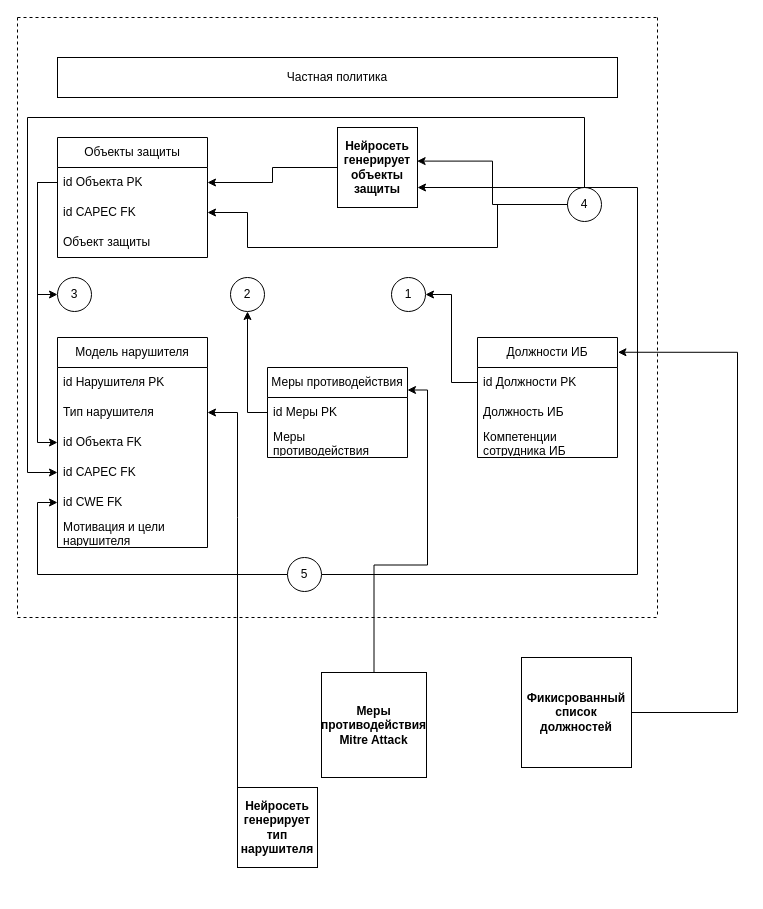
SmirnovBogdan8/Diplom keeps this draw.io diagram as Частная политика.drawio. Above is the earlier version. Source tidied: cells renumbered, new cells numbered last; positions are measured from the earlier drawing's top-left corner, leaving out a move shared by most shapes. Both pictures are drawn from the tidied source at 100%, with x=0, y=0 at pixel (17, 17).
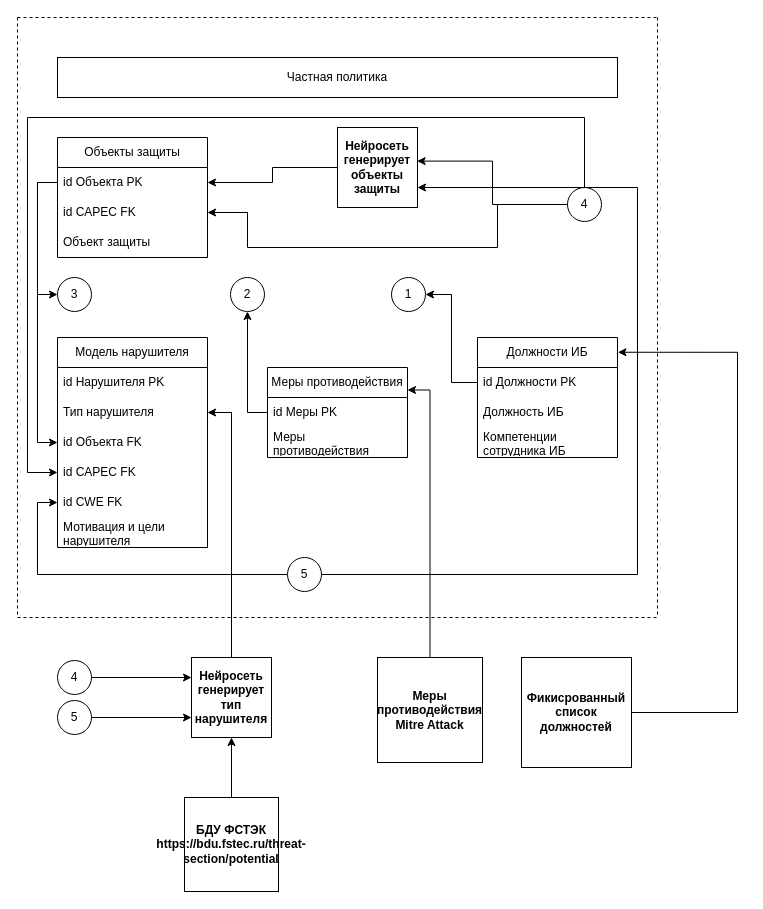
The same diagram, later.

Commit message:
правки по Политике

Unchanged cells that the change refers to:
```xml
<mxCell id="8" value="Тип нарушителя" style="text;strokeColor=none;fillColor=none;align=left;verticalAlign=middle;spacingLeft=4;spacingRight=4;overflow=hidden;points=[[0,0.5],[1,0.5]];portConstraint=eastwest;whiteSpace=wrap;html=1;" parent="6" vertex="1">
  <mxGeometry y="60" width="150" height="30" as="geometry" />
</mxCell>
```

Change to the diagram source:
```diff
@@
-    <mxCell id="41" style="edgeStyle=orthogonalEdgeStyle;rounded=0;jettySize=auto;html=1;exitX=0;exitY=0.5;exitDx=0;exitDy=0;entryX=1;entryY=0.5;entryDx=0;entryDy=0;" parent="1" edge="1" source="42" target="8">
-      <mxGeometry relative="1" as="geometry">
-        <Array as="points">
-          <mxPoint x="220" y="500" />
-          <mxPoint x="220" y="395" />
-        </Array>
-      </mxGeometry>
-    </mxCell>
+    <mxCell id="47" style="edgeStyle=orthogonalEdgeStyle;rounded=0;jettySize=auto;html=1;" parent="1" edge="1" source="42" target="49">
+      <mxGeometry relative="1" as="geometry" />
+    </mxCell>
-    <mxCell id="42" value="&lt;b&gt;Нейросеть генерирует тип нарушителя&lt;/b&gt;" style="whiteSpace=wrap;html=1;" parent="1" vertex="1">
-      <mxGeometry x="220" y="770" width="80" height="80" as="geometry" />
+    <mxCell id="42" value="&lt;b&gt;БДУ ФСТЭК&lt;/b&gt;&lt;div&gt;&lt;b&gt;https://bdu.fstec.ru/threat-section/potential&lt;/b&gt;&lt;br&gt;&lt;/div&gt;" style="whiteSpace=wrap;html=1;" parent="1" vertex="1">
+      <mxGeometry x="167" y="780" width="94" height="94" as="geometry" />
     </mxCell>
@@
     <mxCell id="46" value="&lt;b&gt;Меры противодействия Mitre Attack&lt;/b&gt;" style="whiteSpace=wrap;html=1;" parent="1" vertex="1">
-      <mxGeometry x="304" y="655" width="105" height="105" as="geometry" />
+      <mxGeometry x="360" y="640" width="105" height="105" as="geometry" />
     </mxCell>
+    <mxCell id="48" style="edgeStyle=orthogonalEdgeStyle;rounded=0;jettySize=auto;html=1;entryX=1;entryY=0.5;entryDx=0;entryDy=0;" parent="1" edge="1" source="49" target="8">
+      <mxGeometry relative="1" as="geometry" />
+    </mxCell>
+    <mxCell id="49" value="&lt;b&gt;Нейросеть генерирует тип нарушителя&lt;/b&gt;" style="whiteSpace=wrap;html=1;" parent="1" vertex="1">
+      <mxGeometry x="174" y="640" width="80" height="80" as="geometry" />
+    </mxCell>
+    <mxCell id="50" style="edgeStyle=orthogonalEdgeStyle;rounded=0;jettySize=auto;html=1;entryX=0;entryY=0.25;entryDx=0;entryDy=0;" parent="1" edge="1" source="51" target="49">
+      <mxGeometry relative="1" as="geometry" />
+    </mxCell>
+    <mxCell id="51" value="4" style="ellipse;whiteSpace=wrap;html=1;" parent="1" vertex="1">
+      <mxGeometry x="40" y="643" width="34" height="34" as="geometry" />
+    </mxCell>
+    <mxCell id="52" style="edgeStyle=orthogonalEdgeStyle;rounded=0;jettySize=auto;html=1;entryX=0;entryY=0.75;entryDx=0;entryDy=0;" parent="1" edge="1" source="53" target="49">
+      <mxGeometry relative="1" as="geometry" />
+    </mxCell>
+    <mxCell id="53" value="5" style="ellipse;whiteSpace=wrap;html=1;" parent="1" vertex="1">
+      <mxGeometry x="40" y="683" width="34" height="34" as="geometry" />
+    </mxCell>
```
